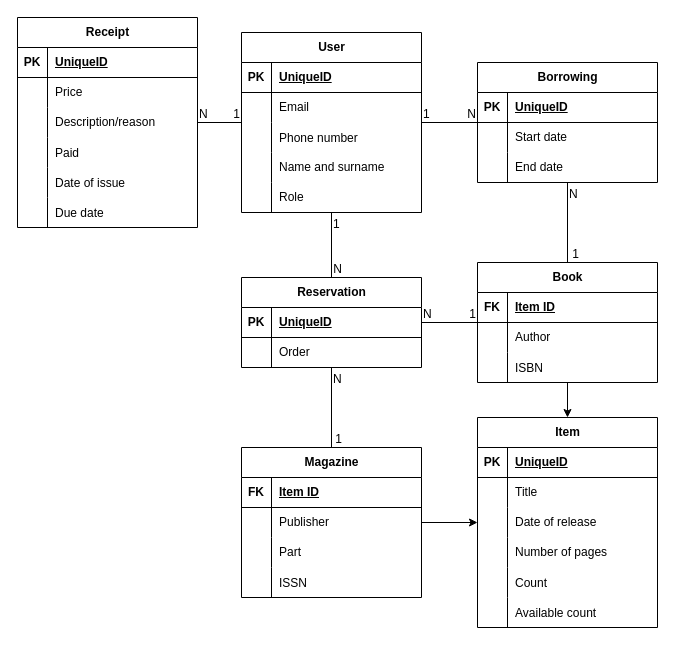
The draw.io diagram task1/assets/er.drawio in Martan03/IDS-project, before the edit. Source tidied: cells renumbered, new cells numbered last; positions are measured from the earlier drawing's top-left corner, leaving out a move shared by most shapes. Both pictures are drawn from the tidied source at 100%, with x=0, y=0 at pixel (17, 17).
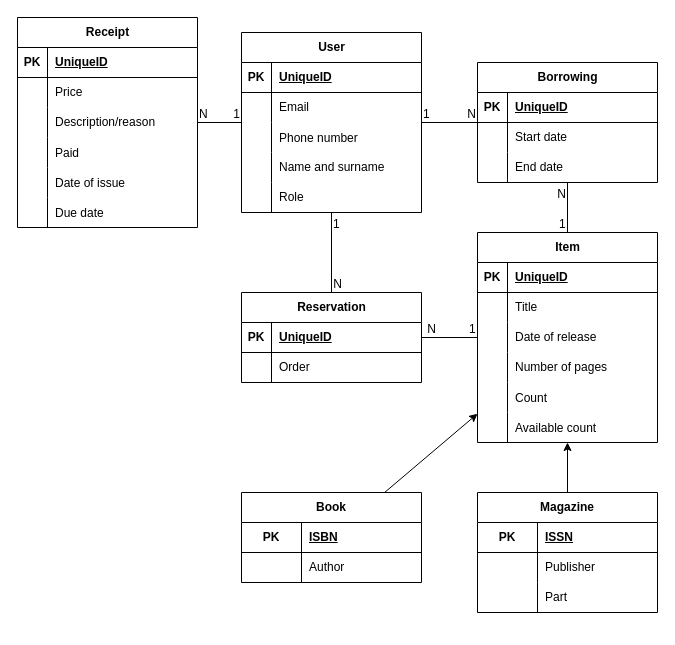
After the change.

Unchanged cells that the change refers to:
```xml
<mxCell id="28" value="Borrowing" style="shape=table;startSize=30;childLayout=tableLayout;rowLines=0;fontStyle=1;align=center;html=1;" parent="1" vertex="1">
  <mxGeometry x="460" y="45" width="180" height="120" as="geometry" />
</mxCell>
<mxCell id="35" style="shape=tableRow;horizontal=0;startSize=0;swimlaneHead=0;swimlaneBody=0;fillColor=none;points=[[0,0.5],[1,0.5]];portConstraint=eastwest;top=0;left=0;right=0;bottom=0;" parent="28" vertex="1">
  <mxGeometry y="90" width="180" height="30" as="geometry" />
</mxCell>
```

Change to the diagram source:
```diff
@@
-    <mxCell id="18" value="Book" style="shape=table;startSize=30;childLayout=tableLayout;rowLines=0;fontStyle=1;align=center;html=1;" parent="1" vertex="1">
-      <mxGeometry x="460" y="245" width="180" height="120" as="geometry" />
-    </mxCell>
-    <mxCell id="19" style="shape=tableRow;horizontal=0;startSize=0;swimlaneHead=0;swimlaneBody=0;fillColor=none;top=0;left=0;right=0;bottom=1;" parent="18" vertex="1">
-      <mxGeometry y="30" width="180" height="30" as="geometry" />
-    </mxCell>
-    <mxCell id="20" value="FK" style="shape=partialRectangle;fillColor=none;top=0;left=0;bottom=0;right=0;fontStyle=1;overflow=hidden;whiteSpace=wrap;html=1;" parent="19" vertex="1">
-      <mxGeometry width="30" height="30" as="geometry" />
-    </mxCell>
-    <mxCell id="21" value="Item ID" style="shape=partialRectangle;fillColor=none;top=0;left=0;bottom=0;right=0;align=left;spacingLeft=6;fontStyle=5;overflow=hidden;whiteSpace=wrap;html=1;" parent="19" vertex="1">
-      <mxGeometry x="30" width="150" height="30" as="geometry" />
-    </mxCell>
-    <mxCell id="22" style="shape=tableRow;horizontal=0;startSize=0;swimlaneHead=0;swimlaneBody=0;fillColor=none;top=0;left=0;right=0;bottom=0;" parent="18" vertex="1">
-      <mxGeometry y="60" width="180" height="30" as="geometry" />
-    </mxCell>
-    <mxCell id="23" style="shape=partialRectangle;fillColor=none;top=0;left=0;bottom=0;right=0;overflow=hidden;whiteSpace=wrap;html=1;" parent="22" vertex="1">
-      <mxGeometry width="30" height="30" as="geometry" />
-    </mxCell>
-    <mxCell id="24" value="Author" style="shape=partialRectangle;fillColor=none;top=0;left=0;bottom=0;right=0;align=left;spacingLeft=6;overflow=hidden;whiteSpace=wrap;html=1;" parent="22" vertex="1">
-      <mxGeometry x="30" width="150" height="30" as="geometry" />
-    </mxCell>
-    <mxCell id="25" style="shape=tableRow;horizontal=0;startSize=0;swimlaneHead=0;swimlaneBody=0;fillColor=none;top=0;left=0;right=0;bottom=0;" parent="18" vertex="1">
-      <mxGeometry y="90" width="180" height="30" as="geometry" />
-    </mxCell>
-    <mxCell id="26" style="shape=partialRectangle;fillColor=none;top=0;left=0;bottom=0;right=0;overflow=hidden;" parent="25" vertex="1">
-      <mxGeometry width="30" height="30" as="geometry" />
-    </mxCell>
-    <mxCell id="27" value="ISBN" style="shape=partialRectangle;fillColor=none;top=0;left=0;bottom=0;right=0;align=left;spacingLeft=6;overflow=hidden;" parent="25" vertex="1">
-      <mxGeometry x="30" width="150" height="30" as="geometry" />
-    </mxCell>
@@
-    <mxCell id="41" style="endArrow=none;html=1;rounded=0;" parent="1" edge="1" source="28" target="18">
-      <mxGeometry relative="1" as="geometry" />
-    </mxCell>
-    <mxCell id="42" value="N" style="html=1;whiteSpace=wrap;align=left;verticalAlign=bottom;" parent="41" vertex="1">
-      <mxGeometry x="-1" relative="1" as="geometry">
-        <mxPoint y="20" as="offset" />
-      </mxGeometry>
-    </mxCell>
-    <mxCell id="43" value="1" style="html=1;whiteSpace=wrap;align=right;verticalAlign=bottom;" parent="41" vertex="1">
-      <mxGeometry x="1" relative="1" as="geometry">
-        <mxPoint x="13" as="offset" />
-      </mxGeometry>
-    </mxCell>
     <mxCell id="44" value="Reservation" style="shape=table;startSize=30;childLayout=tableLayout;rowLines=0;fontStyle=1;align=center;html=1;" parent="1" vertex="1">
-      <mxGeometry x="224" y="260" width="180" height="90" as="geometry" />
+      <mxGeometry x="224" y="275" width="180" height="90" as="geometry" />
     </mxCell>
@@
-    <mxCell id="54" style="endArrow=none;html=1;rounded=0;" parent="1" edge="1" source="44" target="18">
-      <mxGeometry relative="1" as="geometry" />
-    </mxCell>
-    <mxCell id="55" value="N" style="html=1;whiteSpace=wrap;align=left;verticalAlign=bottom;" parent="54" vertex="1">
-      <mxGeometry x="-1" relative="1" as="geometry" />
-    </mxCell>
-    <mxCell id="56" value="1" style="html=1;whiteSpace=wrap;align=right;verticalAlign=bottom;" parent="54" vertex="1">
-      <mxGeometry x="1" relative="1" as="geometry" />
-    </mxCell>
     <mxCell id="57" value="Item" style="shape=table;startSize=30;childLayout=tableLayout;rowLines=0;fontStyle=1;align=center;html=1;" parent="1" vertex="1">
-      <mxGeometry x="460" y="400" width="180" height="210" as="geometry" />
+      <mxGeometry x="460" y="215" width="180" height="210" as="geometry" />
     </mxCell>
@@
-    <mxCell id="76" value="Magazine" style="shape=table;startSize=30;childLayout=tableLayout;rowLines=0;fontStyle=1;align=center;html=1;" parent="1" vertex="1">
-      <mxGeometry x="224" y="430" width="180" height="150" as="geometry" />
-    </mxCell>
-    <mxCell id="77" style="shape=tableRow;horizontal=0;startSize=0;swimlaneHead=0;swimlaneBody=0;fillColor=none;top=0;left=0;right=0;bottom=1;" parent="76" vertex="1">
-      <mxGeometry y="30" width="180" height="30" as="geometry" />
-    </mxCell>
-    <mxCell id="78" value="FK" style="shape=partialRectangle;fillColor=none;top=0;left=0;bottom=0;right=0;fontStyle=1;overflow=hidden;whiteSpace=wrap;html=1;" parent="77" vertex="1">
-      <mxGeometry width="30" height="30" as="geometry" />
-    </mxCell>
-    <mxCell id="79" value="Item ID" style="shape=partialRectangle;fillColor=none;top=0;left=0;bottom=0;right=0;align=left;spacingLeft=6;fontStyle=5;overflow=hidden;whiteSpace=wrap;html=1;" parent="77" vertex="1">
-      <mxGeometry x="30" width="150" height="30" as="geometry" />
-    </mxCell>
-    <mxCell id="80" style="shape=tableRow;horizontal=0;startSize=0;swimlaneHead=0;swimlaneBody=0;fillColor=none;top=0;left=0;right=0;bottom=0;" parent="76" vertex="1">
-      <mxGeometry y="60" width="180" height="30" as="geometry" />
-    </mxCell>
-    <mxCell id="81" style="shape=partialRectangle;fillColor=none;top=0;left=0;bottom=0;right=0;overflow=hidden;whiteSpace=wrap;html=1;" parent="80" vertex="1">
-      <mxGeometry width="30" height="30" as="geometry" />
-    </mxCell>
-    <mxCell id="82" value="Publisher" style="shape=partialRectangle;fillColor=none;top=0;left=0;bottom=0;right=0;align=left;spacingLeft=6;overflow=hidden;whiteSpace=wrap;html=1;" parent="80" vertex="1">
-      <mxGeometry x="30" width="150" height="30" as="geometry" />
-    </mxCell>
-    <mxCell id="83" style="shape=tableRow;horizontal=0;startSize=0;swimlaneHead=0;swimlaneBody=0;fillColor=none;top=0;left=0;right=0;bottom=0;" parent="76" vertex="1">
-      <mxGeometry y="90" width="180" height="30" as="geometry" />
-    </mxCell>
-    <mxCell id="84" style="shape=partialRectangle;fillColor=none;top=0;left=0;bottom=0;right=0;overflow=hidden;whiteSpace=wrap;html=1;" parent="83" vertex="1">
-      <mxGeometry width="30" height="30" as="geometry" />
-    </mxCell>
-    <mxCell id="85" value="Part" style="shape=partialRectangle;fillColor=none;top=0;left=0;bottom=0;right=0;align=left;spacingLeft=6;overflow=hidden;whiteSpace=wrap;html=1;" parent="83" vertex="1">
-      <mxGeometry x="30" width="150" height="30" as="geometry" />
-    </mxCell>
-    <mxCell id="86" style="shape=tableRow;horizontal=0;startSize=0;swimlaneHead=0;swimlaneBody=0;fillColor=none;top=0;left=0;right=0;bottom=0;" parent="76" vertex="1">
-      <mxGeometry y="120" width="180" height="30" as="geometry" />
-    </mxCell>
-    <mxCell id="87" style="shape=partialRectangle;fillColor=none;top=0;left=0;bottom=0;right=0;overflow=hidden;" parent="86" vertex="1">
-      <mxGeometry width="30" height="30" as="geometry" />
-    </mxCell>
-    <mxCell id="88" value="ISSN" style="shape=partialRectangle;fillColor=none;top=0;left=0;bottom=0;right=0;align=left;spacingLeft=6;overflow=hidden;" parent="86" vertex="1">
-      <mxGeometry x="30" width="150" height="30" as="geometry" />
-    </mxCell>
-    <mxCell id="89" style="endArrow=classic;html=1;rounded=0;" parent="1" edge="1" source="18" target="57">
-      <mxGeometry relative="1" as="geometry" />
-    </mxCell>
-    <mxCell id="90" style="endArrow=classic;html=1;rounded=0;" parent="1" edge="1" source="76" target="57">
-      <mxGeometry relative="1" as="geometry" />
-    </mxCell>
-    <mxCell id="91" style="endArrow=none;html=1;rounded=0;" parent="1" edge="1" source="44" target="76">
-      <mxGeometry relative="1" as="geometry" />
-    </mxCell>
-    <mxCell id="92" value="N" style="html=1;whiteSpace=wrap;align=left;verticalAlign=bottom;" parent="91" vertex="1">
-      <mxGeometry x="-1" relative="1" as="geometry">
-        <mxPoint y="20" as="offset" />
-      </mxGeometry>
-    </mxCell>
-    <mxCell id="93" value="1" style="html=1;whiteSpace=wrap;align=right;verticalAlign=bottom;" parent="91" vertex="1">
-      <mxGeometry x="1" relative="1" as="geometry">
-        <mxPoint x="12" as="offset" />
-      </mxGeometry>
-    </mxCell>
@@
+    <mxCell id="116" style="endArrow=none;html=1;rounded=0;" parent="1" edge="1" source="57" target="44">
+      <mxGeometry relative="1" as="geometry" />
+    </mxCell>
+    <mxCell id="117" value="1" style="html=1;whiteSpace=wrap;align=left;verticalAlign=bottom;" parent="116" vertex="1">
+      <mxGeometry x="-1" relative="1" as="geometry">
+        <mxPoint x="-10" as="offset" />
+      </mxGeometry>
+    </mxCell>
+    <mxCell id="118" value="N" style="html=1;whiteSpace=wrap;align=right;verticalAlign=bottom;" parent="116" vertex="1">
+      <mxGeometry x="1" relative="1" as="geometry">
+        <mxPoint x="16" as="offset" />
+      </mxGeometry>
+    </mxCell>
+    <mxCell id="119" style="endArrow=none;html=1;rounded=0;" parent="1" edge="1" source="57" target="35">
+      <mxGeometry relative="1" as="geometry" />
+    </mxCell>
+    <mxCell id="120" value="1" style="html=1;whiteSpace=wrap;align=left;verticalAlign=bottom;" parent="119" vertex="1">
+      <mxGeometry x="-1" relative="1" as="geometry">
+        <mxPoint x="-10" as="offset" />
+      </mxGeometry>
+    </mxCell>
+    <mxCell id="121" value="N" style="html=1;whiteSpace=wrap;align=right;verticalAlign=bottom;" parent="119" vertex="1">
+      <mxGeometry x="1" relative="1" as="geometry">
+        <mxPoint y="20" as="offset" />
+      </mxGeometry>
+    </mxCell>
+    <mxCell id="89" style="endArrow=classic;html=1;rounded=0;" parent="1" edge="1" source="18" target="57">
+      <mxGeometry relative="1" as="geometry" />
+    </mxCell>
+    <mxCell id="90" style="endArrow=classic;html=1;rounded=0;" parent="1" edge="1" source="76" target="57">
+      <mxGeometry relative="1" as="geometry" />
+    </mxCell>
+    <mxCell id="76" value="Magazine" style="shape=table;startSize=30;childLayout=tableLayout;rowLines=0;fontStyle=1;align=center;html=1;whiteSpace=wrap;" parent="1" vertex="1">
+      <mxGeometry x="460" y="475" width="180" height="120" as="geometry" />
+    </mxCell>
+    <mxCell id="122" style="shape=tableRow;horizontal=0;startSize=0;swimlaneHead=0;swimlaneBody=0;fillColor=none;top=0;left=0;right=0;bottom=1;html=1;" parent="76" vertex="1">
+      <mxGeometry y="30" width="180" height="30" as="geometry" />
+    </mxCell>
+    <mxCell id="123" value="PK" style="shape=partialRectangle;fillColor=none;top=0;left=0;bottom=0;right=0;fontStyle=1;overflow=hidden;html=1;whiteSpace=wrap;" parent="122" vertex="1">
+      <mxGeometry width="60" height="30" as="geometry" />
+    </mxCell>
+    <mxCell id="88" value="ISSN" style="shape=partialRectangle;fillColor=none;top=0;left=0;bottom=0;right=0;align=left;spacingLeft=6;fontStyle=5;overflow=hidden;html=1;whiteSpace=wrap;" parent="122" vertex="1">
+      <mxGeometry x="60" width="120" height="30" as="geometry" />
+    </mxCell>
+    <mxCell id="124" style="shape=tableRow;horizontal=0;startSize=0;swimlaneHead=0;swimlaneBody=0;fillColor=none;top=0;left=0;right=0;bottom=0;html=1;" parent="76" vertex="1">
+      <mxGeometry y="60" width="180" height="30" as="geometry" />
+    </mxCell>
+    <mxCell id="125" style="shape=partialRectangle;fillColor=none;top=0;left=0;bottom=0;right=0;overflow=hidden;html=1;whiteSpace=wrap;" parent="124" vertex="1">
+      <mxGeometry width="60" height="30" as="geometry" />
+    </mxCell>
+    <mxCell id="82" value="Publisher" style="shape=partialRectangle;fillColor=none;top=0;left=0;bottom=0;right=0;align=left;spacingLeft=6;overflow=hidden;html=1;whiteSpace=wrap;" parent="124" vertex="1">
+      <mxGeometry x="60" width="120" height="30" as="geometry" />
+    </mxCell>
+    <mxCell id="126" style="shape=tableRow;horizontal=0;startSize=0;swimlaneHead=0;swimlaneBody=0;fillColor=none;top=0;left=0;right=0;bottom=0;html=1;" parent="76" vertex="1">
+      <mxGeometry y="90" width="180" height="30" as="geometry" />
+    </mxCell>
+    <mxCell id="127" style="shape=partialRectangle;fillColor=none;top=0;left=0;bottom=0;right=0;overflow=hidden;html=1;whiteSpace=wrap;" parent="126" vertex="1">
+      <mxGeometry width="60" height="30" as="geometry" />
+    </mxCell>
+    <mxCell id="85" value="Part" style="shape=partialRectangle;fillColor=none;top=0;left=0;bottom=0;right=0;align=left;spacingLeft=6;overflow=hidden;html=1;whiteSpace=wrap;" parent="126" vertex="1">
+      <mxGeometry x="60" width="120" height="30" as="geometry" />
+    </mxCell>
+    <mxCell id="18" value="Book" style="shape=table;startSize=30;childLayout=tableLayout;rowLines=0;fontStyle=1;align=center;html=1;whiteSpace=wrap;" parent="1" vertex="1">
+      <mxGeometry x="224" y="475" width="180" height="90" as="geometry" />
+    </mxCell>
+    <mxCell id="128" style="shape=tableRow;horizontal=0;startSize=0;swimlaneHead=0;swimlaneBody=0;fillColor=none;top=0;left=0;right=0;bottom=1;html=1;" parent="18" vertex="1">
+      <mxGeometry y="30" width="180" height="30" as="geometry" />
+    </mxCell>
+    <mxCell id="129" value="&lt;div&gt;PK&lt;/div&gt;" style="shape=partialRectangle;fillColor=none;top=0;left=0;bottom=0;right=0;fontStyle=1;overflow=hidden;html=1;whiteSpace=wrap;" parent="128" vertex="1">
+      <mxGeometry width="60" height="30" as="geometry" />
+    </mxCell>
+    <mxCell id="27" value="ISBN" style="shape=partialRectangle;fillColor=none;top=0;left=0;bottom=0;right=0;align=left;spacingLeft=6;fontStyle=5;overflow=hidden;html=1;whiteSpace=wrap;" parent="128" vertex="1">
+      <mxGeometry x="60" width="120" height="30" as="geometry" />
+    </mxCell>
+    <mxCell id="130" style="shape=tableRow;horizontal=0;startSize=0;swimlaneHead=0;swimlaneBody=0;fillColor=none;top=0;left=0;right=0;bottom=0;html=1;" parent="18" vertex="1">
+      <mxGeometry y="60" width="180" height="30" as="geometry" />
+    </mxCell>
+    <mxCell id="131" style="shape=partialRectangle;fillColor=none;top=0;left=0;bottom=0;right=0;overflow=hidden;html=1;whiteSpace=wrap;" parent="130" vertex="1">
+      <mxGeometry width="60" height="30" as="geometry" />
+    </mxCell>
+    <mxCell id="24" value="Author" style="shape=partialRectangle;fillColor=none;top=0;left=0;bottom=0;right=0;align=left;spacingLeft=6;overflow=hidden;html=1;whiteSpace=wrap;" parent="130" vertex="1">
+      <mxGeometry x="60" width="120" height="30" as="geometry" />
+    </mxCell>
```
